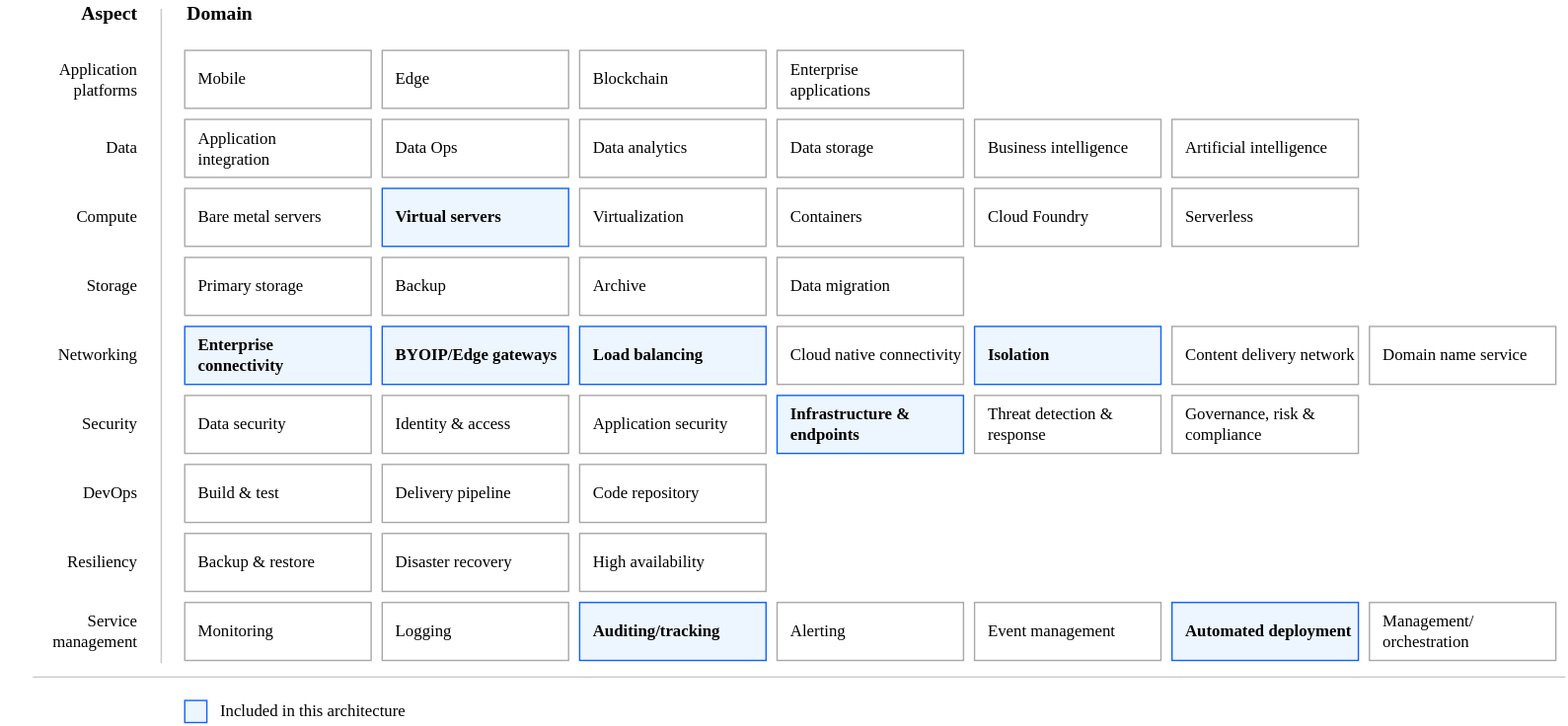
terraform-ibm-modules/terraform-ibm-landing-zone keeps this draw.io diagram as reference-architectures/heat-map-deploy-arch-slz-vsi-quickstart.svg. Above is the earlier version. Source tidied: cells renumbered, new cells last; positions are measured from the earlier drawing's top-left corner, leaving out a move shared by most shapes. Source of this version:
```xml
<mxGraphModel>
  <root>
    <mxCell id="0" />
    <mxCell id="1" parent="0" />
    <mxCell id="2" value="Application&lt;br&gt;integration" style="rounded=0;whiteSpace=wrap;html=1;strokeColor=#A8A8A8;align=left;spacingLeft=8;fontFamily=IBM Plex Sans;fillColor=default;fontStyle=0;" parent="1" vertex="1">
      <mxGeometry x="133" y="86" width="135" height="42" as="geometry" />
    </mxCell>
    <mxCell id="3" value="Mobile" style="rounded=0;whiteSpace=wrap;html=1;strokeColor=#A8A8A8;align=left;spacingLeft=8;fontFamily=IBM Plex Sans;fontStyle=0;fillColor=default;" parent="1" vertex="1">
      <mxGeometry x="133" y="36" width="135" height="42" as="geometry" />
    </mxCell>
    <mxCell id="4" value="Bare metal servers" style="rounded=0;whiteSpace=wrap;html=1;strokeColor=#A8A8A8;align=left;spacingLeft=8;fontFamily=IBM Plex Sans;" parent="1" vertex="1">
      <mxGeometry x="133" y="136" width="135" height="42" as="geometry" />
    </mxCell>
    <mxCell id="5" value="Primary storage" style="rounded=0;whiteSpace=wrap;html=1;strokeColor=#A8A8A8;align=left;spacingLeft=8;fontFamily=IBM Plex Sans;" parent="1" vertex="1">
      <mxGeometry x="133" y="186" width="135" height="42" as="geometry" />
    </mxCell>
    <mxCell id="6" value="Enterprise &lt;br&gt;connectivity" style="rounded=0;whiteSpace=wrap;html=1;strokeColor=#0E62FD;align=left;spacingLeft=8;fontFamily=IBM Plex Sans;fillColor=#EDF5FF;fontStyle=1;" parent="1" vertex="1">
      <mxGeometry x="133" y="236" width="135" height="42" as="geometry" />
    </mxCell>
    <mxCell id="7" value="Build &amp;amp; test" style="rounded=0;whiteSpace=wrap;html=1;strokeColor=#A8A8A8;align=left;spacingLeft=8;fontFamily=IBM Plex Sans;" parent="1" vertex="1">
      <mxGeometry x="133" y="336" width="135" height="42" as="geometry" />
    </mxCell>
    <mxCell id="8" value="Data security" style="rounded=0;whiteSpace=wrap;html=1;strokeColor=#A8A8A8;align=left;spacingLeft=8;fontFamily=IBM Plex Sans;fontStyle=0;fillColor=default;" parent="1" vertex="1">
      <mxGeometry x="133" y="286" width="135" height="42" as="geometry" />
    </mxCell>
    <mxCell id="9" value="Backup &amp;amp; restore" style="rounded=0;whiteSpace=wrap;html=1;strokeColor=#A8A8A8;align=left;spacingLeft=8;fontFamily=IBM Plex Sans;" parent="1" vertex="1">
      <mxGeometry x="133" y="386" width="135" height="42" as="geometry" />
    </mxCell>
    <mxCell id="10" value="Monitoring" style="rounded=0;whiteSpace=wrap;html=1;strokeColor=#A8A8A8;align=left;spacingLeft=8;fontFamily=IBM Plex Sans;" parent="1" vertex="1">
      <mxGeometry x="133" y="436" width="135" height="42" as="geometry" />
    </mxCell>
    <mxCell id="11" value="Edge" style="rounded=0;whiteSpace=wrap;html=1;strokeColor=#A8A8A8;align=left;spacingLeft=8;fontFamily=IBM Plex Sans;fillColor=default;fontStyle=0;" parent="1" vertex="1">
      <mxGeometry x="276" y="36" width="135" height="42" as="geometry" />
    </mxCell>
    <mxCell id="12" value="Blockchain" style="rounded=0;whiteSpace=wrap;html=1;strokeColor=#A8A8A8;align=left;spacingLeft=8;fontFamily=IBM Plex Sans;fillColor=default;fontStyle=0;" parent="1" vertex="1">
      <mxGeometry x="419" y="36" width="135" height="42" as="geometry" />
    </mxCell>
    <mxCell id="13" value="Enterprise &lt;br&gt;applications" style="rounded=0;whiteSpace=wrap;html=1;strokeColor=#A8A8A8;align=left;spacingLeft=8;fontFamily=IBM Plex Sans;fillColor=default;fontStyle=0;" parent="1" vertex="1">
      <mxGeometry x="562" y="36" width="135" height="42" as="geometry" />
    </mxCell>
    <mxCell id="14" value="Data Ops" style="rounded=0;whiteSpace=wrap;html=1;strokeColor=#A8A8A8;align=left;spacingLeft=8;fontFamily=IBM Plex Sans;fillColor=default;fontStyle=0;" parent="1" vertex="1">
      <mxGeometry x="276" y="86" width="135" height="42" as="geometry" />
    </mxCell>
    <mxCell id="15" value="Data analytics" style="rounded=0;whiteSpace=wrap;html=1;strokeColor=#A8A8A8;align=left;spacingLeft=8;fontFamily=IBM Plex Sans;fillColor=default;fontStyle=0;" parent="1" vertex="1">
      <mxGeometry x="419" y="86" width="135" height="42" as="geometry" />
    </mxCell>
    <mxCell id="16" value="Data storage" style="rounded=0;whiteSpace=wrap;html=1;strokeColor=#A8A8A8;align=left;spacingLeft=8;fontFamily=IBM Plex Sans;fillColor=default;fontStyle=0;" parent="1" vertex="1">
      <mxGeometry x="562" y="86" width="135" height="42" as="geometry" />
    </mxCell>
    <mxCell id="17" value="Business intelligence" style="rounded=0;whiteSpace=wrap;html=1;strokeColor=#A8A8A8;align=left;spacingLeft=8;fontFamily=IBM Plex Sans;fillColor=default;fontStyle=0;" parent="1" vertex="1">
      <mxGeometry x="705" y="86" width="135" height="42" as="geometry" />
    </mxCell>
    <mxCell id="18" value="Virtual servers" style="rounded=0;whiteSpace=wrap;html=1;strokeColor=#0E62FD;align=left;spacingLeft=8;fontFamily=IBM Plex Sans;fillColor=#EDF5FF;fontStyle=1;" parent="1" vertex="1">
      <mxGeometry x="276" y="136" width="135" height="42" as="geometry" />
    </mxCell>
    <mxCell id="19" value="Virtualization" style="rounded=0;whiteSpace=wrap;html=1;strokeColor=#A8A8A8;align=left;spacingLeft=8;fontFamily=IBM Plex Sans;fillColor=default;fontStyle=0;" parent="1" vertex="1">
      <mxGeometry x="419" y="136" width="135" height="42" as="geometry" />
    </mxCell>
    <mxCell id="20" value="Containers" style="rounded=0;whiteSpace=wrap;html=1;strokeColor=#A8A8A8;align=left;spacingLeft=8;fontFamily=IBM Plex Sans;fillColor=default;fontStyle=0;" parent="1" vertex="1">
      <mxGeometry x="562" y="136" width="135" height="42" as="geometry" />
    </mxCell>
    <mxCell id="21" value="Cloud Foundry" style="rounded=0;whiteSpace=wrap;html=1;strokeColor=#A8A8A8;align=left;spacingLeft=8;fontFamily=IBM Plex Sans;fillColor=default;fontStyle=0;" parent="1" vertex="1">
      <mxGeometry x="705" y="136" width="135" height="42" as="geometry" />
    </mxCell>
    <mxCell id="22" value="Serverless" style="rounded=0;whiteSpace=wrap;html=1;strokeColor=#A8A8A8;align=left;spacingLeft=8;fontFamily=IBM Plex Sans;fillColor=default;fontStyle=0;" parent="1" vertex="1">
      <mxGeometry x="848" y="136" width="135" height="42" as="geometry" />
    </mxCell>
    <mxCell id="23" value="Backup" style="rounded=0;whiteSpace=wrap;html=1;strokeColor=#A8A8A8;align=left;spacingLeft=8;fontFamily=IBM Plex Sans;fillColor=default;fontStyle=0;" parent="1" vertex="1">
      <mxGeometry x="276" y="186" width="135" height="42" as="geometry" />
    </mxCell>
    <mxCell id="24" value="Archive" style="rounded=0;whiteSpace=wrap;html=1;strokeColor=#A8A8A8;align=left;spacingLeft=8;fontFamily=IBM Plex Sans;fillColor=default;fontStyle=0;" parent="1" vertex="1">
      <mxGeometry x="419" y="186" width="135" height="42" as="geometry" />
    </mxCell>
    <mxCell id="25" value="Data migration" style="rounded=0;whiteSpace=wrap;html=1;strokeColor=#A8A8A8;align=left;spacingLeft=8;fontFamily=IBM Plex Sans;fillColor=default;fontStyle=0;" parent="1" vertex="1">
      <mxGeometry x="562" y="186" width="135" height="42" as="geometry" />
    </mxCell>
    <mxCell id="26" value="BYOIP/Edge gateways" style="rounded=0;whiteSpace=wrap;html=1;strokeColor=#0E62FD;align=left;spacingLeft=8;fontFamily=IBM Plex Sans;fillColor=#EDF5FF;fontStyle=1;" parent="1" vertex="1">
      <mxGeometry x="276" y="236" width="135" height="42" as="geometry" />
    </mxCell>
    <mxCell id="27" value="Load balancing" style="rounded=0;whiteSpace=wrap;html=1;strokeColor=#0E62FD;align=left;spacingLeft=8;fontFamily=IBM Plex Sans;fillColor=#EDF5FF;fontStyle=1;" parent="1" vertex="1">
      <mxGeometry x="419" y="236" width="135" height="42" as="geometry" />
    </mxCell>
    <mxCell id="28" value="Cloud native connectivity" style="rounded=0;whiteSpace=wrap;html=1;strokeColor=#A8A8A8;align=left;spacingLeft=8;fontFamily=IBM Plex Sans;fillColor=default;fontStyle=0;" parent="1" vertex="1">
      <mxGeometry x="562" y="236" width="135" height="42" as="geometry" />
    </mxCell>
    <mxCell id="29" value="Isolation" style="rounded=0;whiteSpace=wrap;html=1;strokeColor=#0E62FD;align=left;spacingLeft=8;fontFamily=IBM Plex Sans;fillColor=#EDF5FF;fontStyle=1;" parent="1" vertex="1">
      <mxGeometry x="705" y="236" width="135" height="42" as="geometry" />
    </mxCell>
    <mxCell id="30" value="Content delivery network" style="rounded=0;whiteSpace=wrap;html=1;strokeColor=#A8A8A8;align=left;spacingLeft=8;fontFamily=IBM Plex Sans;fillColor=default;fontStyle=0;" parent="1" vertex="1">
      <mxGeometry x="848" y="236" width="135" height="42" as="geometry" />
    </mxCell>
    <mxCell id="31" value="Domain name service" style="rounded=0;whiteSpace=wrap;html=1;strokeColor=#A8A8A8;align=left;spacingLeft=8;fontFamily=IBM Plex Sans;fillColor=default;fontStyle=0;" parent="1" vertex="1">
      <mxGeometry x="991" y="236" width="135" height="42" as="geometry" />
    </mxCell>
    <mxCell id="32" value="Identity &amp;amp; access" style="rounded=0;whiteSpace=wrap;html=1;strokeColor=#A8A8A8;align=left;spacingLeft=8;fontFamily=IBM Plex Sans;fillColor=default;fontStyle=0;" parent="1" vertex="1">
      <mxGeometry x="276" y="286" width="135" height="42" as="geometry" />
    </mxCell>
    <mxCell id="33" value="Application security" style="rounded=0;whiteSpace=wrap;html=1;strokeColor=#A8A8A8;align=left;spacingLeft=8;fontFamily=IBM Plex Sans;fillColor=default;fontStyle=0;" parent="1" vertex="1">
      <mxGeometry x="419" y="286" width="135" height="42" as="geometry" />
    </mxCell>
    <mxCell id="34" value="Infrastructure &amp;amp; endpoints" style="rounded=0;whiteSpace=wrap;html=1;strokeColor=#0E62FD;align=left;spacingLeft=8;fontFamily=IBM Plex Sans;fillColor=#EDF5FF;fontStyle=1;" parent="1" vertex="1">
      <mxGeometry x="562" y="286" width="135" height="42" as="geometry" />
    </mxCell>
    <mxCell id="35" value="Threat detection &amp;amp; response" style="rounded=0;whiteSpace=wrap;html=1;strokeColor=#A8A8A8;align=left;spacingLeft=8;fontFamily=IBM Plex Sans;fillColor=default;fontStyle=0;" parent="1" vertex="1">
      <mxGeometry x="705" y="286" width="135" height="42" as="geometry" />
    </mxCell>
    <mxCell id="36" value="Governance, risk &amp;amp; compliance" style="rounded=0;whiteSpace=wrap;html=1;strokeColor=#A8A8A8;align=left;spacingLeft=8;fontFamily=IBM Plex Sans;fillColor=default;fontStyle=0;" parent="1" vertex="1">
      <mxGeometry x="848" y="286" width="135" height="42" as="geometry" />
    </mxCell>
    <mxCell id="37" value="Delivery pipeline" style="rounded=0;whiteSpace=wrap;html=1;strokeColor=#A8A8A8;align=left;spacingLeft=8;fontFamily=IBM Plex Sans;fillColor=default;fontStyle=0;" parent="1" vertex="1">
      <mxGeometry x="276" y="336" width="135" height="42" as="geometry" />
    </mxCell>
    <mxCell id="38" value="Code repository" style="rounded=0;whiteSpace=wrap;html=1;strokeColor=#A8A8A8;align=left;spacingLeft=8;fontFamily=IBM Plex Sans;fillColor=default;fontStyle=0;" parent="1" vertex="1">
      <mxGeometry x="419" y="336" width="135" height="42" as="geometry" />
    </mxCell>
    <mxCell id="39" value="Disaster recovery" style="rounded=0;whiteSpace=wrap;html=1;strokeColor=#A8A8A8;align=left;spacingLeft=8;fontFamily=IBM Plex Sans;fillColor=default;fontStyle=0;" parent="1" vertex="1">
      <mxGeometry x="276" y="386" width="135" height="42" as="geometry" />
    </mxCell>
    <mxCell id="40" value="High availability" style="rounded=0;whiteSpace=wrap;html=1;strokeColor=#A8A8A8;align=left;spacingLeft=8;fontFamily=IBM Plex Sans;fillColor=default;fontStyle=0;" parent="1" vertex="1">
      <mxGeometry x="419" y="386" width="135" height="42" as="geometry" />
    </mxCell>
    <mxCell id="41" value="Logging" style="rounded=0;whiteSpace=wrap;html=1;strokeColor=#A8A8A8;align=left;spacingLeft=8;fontFamily=IBM Plex Sans;fillColor=default;fontStyle=0;" parent="1" vertex="1">
      <mxGeometry x="276" y="436" width="135" height="42" as="geometry" />
    </mxCell>
    <mxCell id="42" value="Auditing/tracking" style="rounded=0;whiteSpace=wrap;html=1;strokeColor=#0E62FD;align=left;spacingLeft=8;fontFamily=IBM Plex Sans;fillColor=#EDF5FF;fontStyle=1;" parent="1" vertex="1">
      <mxGeometry x="419" y="436" width="135" height="42" as="geometry" />
    </mxCell>
    <mxCell id="43" value="Alerting" style="rounded=0;whiteSpace=wrap;html=1;strokeColor=#A8A8A8;align=left;spacingLeft=8;fontFamily=IBM Plex Sans;fillColor=default;fontStyle=0;" parent="1" vertex="1">
      <mxGeometry x="562" y="436" width="135" height="42" as="geometry" />
    </mxCell>
    <mxCell id="44" value="Event management" style="rounded=0;whiteSpace=wrap;html=1;strokeColor=#A8A8A8;align=left;spacingLeft=8;fontFamily=IBM Plex Sans;fillColor=default;fontStyle=0;" parent="1" vertex="1">
      <mxGeometry x="705" y="436" width="135" height="42" as="geometry" />
    </mxCell>
    <mxCell id="45" value="Automated deployment" style="rounded=0;whiteSpace=wrap;html=1;strokeColor=#0E62FD;align=left;spacingLeft=8;fontFamily=IBM Plex Sans;fillColor=#EDF5FF;fontStyle=1;" parent="1" vertex="1">
      <mxGeometry x="848" y="436" width="135" height="42" as="geometry" />
    </mxCell>
    <mxCell id="46" value="Management/&lt;br&gt;orchestration" style="rounded=0;whiteSpace=wrap;html=1;strokeColor=#A8A8A8;align=left;spacingLeft=8;fontFamily=IBM Plex Sans;fillColor=default;fontStyle=0;" parent="1" vertex="1">
      <mxGeometry x="991" y="436" width="135" height="42" as="geometry" />
    </mxCell>
    <mxCell id="47" style="endArrow=none;html=1;rounded=0;fontFamily=IBM Plex Sans;fontSize=12;fontColor=default;strokeColor=#C6C6C6;" parent="1" edge="1">
      <mxGeometry relative="1" as="geometry">
        <mxPoint x="116" y="480" as="sourcePoint" />
        <mxPoint x="116" y="6" as="targetPoint" />
      </mxGeometry>
    </mxCell>
    <mxCell id="48" value="Domain" style="text;strokeColor=none;fillColor=none;html=1;fontSize=14;fontStyle=1;verticalAlign=middle;align=left;rounded=0;fontFamily=IBM Plex Sans;fontColor=default;" parent="1" vertex="1">
      <mxGeometry x="133" width="100" height="20" as="geometry" />
    </mxCell>
    <mxCell id="49" value="Aspect" style="text;strokeColor=none;fillColor=none;html=1;fontSize=14;fontStyle=1;verticalAlign=middle;align=right;rounded=0;fontFamily=IBM Plex Sans;fontColor=default;" parent="1" vertex="1">
      <mxGeometry width="100" height="20" as="geometry" />
    </mxCell>
    <mxCell id="50" value="Application &lt;br&gt;platforms" style="text;strokeColor=none;fillColor=none;html=1;fontSize=12;fontStyle=0;verticalAlign=middle;align=right;rounded=0;fontFamily=IBM Plex Sans;fontColor=default;" parent="1" vertex="1">
      <mxGeometry y="47" width="100" height="20" as="geometry" />
    </mxCell>
    <mxCell id="51" value="Data" style="text;strokeColor=none;fillColor=none;html=1;fontSize=12;fontStyle=0;verticalAlign=middle;align=right;rounded=0;fontFamily=IBM Plex Sans;fontColor=default;" parent="1" vertex="1">
      <mxGeometry y="97" width="100" height="20" as="geometry" />
    </mxCell>
    <mxCell id="52" value="Compute" style="text;strokeColor=none;fillColor=none;html=1;fontSize=12;fontStyle=0;verticalAlign=middle;align=right;rounded=0;fontFamily=IBM Plex Sans;fontColor=default;" parent="1" vertex="1">
      <mxGeometry y="147" width="100" height="20" as="geometry" />
    </mxCell>
    <mxCell id="53" value="Storage" style="text;strokeColor=none;fillColor=none;html=1;fontSize=12;fontStyle=0;verticalAlign=middle;align=right;rounded=0;fontFamily=IBM Plex Sans;fontColor=default;" parent="1" vertex="1">
      <mxGeometry y="197" width="100" height="20" as="geometry" />
    </mxCell>
    <mxCell id="54" value="Networking" style="text;strokeColor=none;fillColor=none;html=1;fontSize=12;fontStyle=0;verticalAlign=middle;align=right;rounded=0;fontFamily=IBM Plex Sans;fontColor=default;" parent="1" vertex="1">
      <mxGeometry y="247" width="100" height="20" as="geometry" />
    </mxCell>
    <mxCell id="55" value="Security" style="text;strokeColor=none;fillColor=none;html=1;fontSize=12;fontStyle=0;verticalAlign=middle;align=right;rounded=0;fontFamily=IBM Plex Sans;fontColor=default;" parent="1" vertex="1">
      <mxGeometry y="297" width="100" height="20" as="geometry" />
    </mxCell>
    <mxCell id="56" value="DevOps" style="text;strokeColor=none;fillColor=none;html=1;fontSize=12;fontStyle=0;verticalAlign=middle;align=right;rounded=0;fontFamily=IBM Plex Sans;fontColor=default;" parent="1" vertex="1">
      <mxGeometry y="347" width="100" height="20" as="geometry" />
    </mxCell>
    <mxCell id="57" value="Resiliency" style="text;strokeColor=none;fillColor=none;html=1;fontSize=12;fontStyle=0;verticalAlign=middle;align=right;rounded=0;fontFamily=IBM Plex Sans;fontColor=default;" parent="1" vertex="1">
      <mxGeometry y="397" width="100" height="20" as="geometry" />
    </mxCell>
    <mxCell id="58" value="Service&lt;br&gt;management" style="text;strokeColor=none;fillColor=none;html=1;fontSize=12;fontStyle=0;verticalAlign=middle;align=right;rounded=0;fontFamily=IBM Plex Sans;fontColor=default;" parent="1" vertex="1">
      <mxGeometry y="447" width="100" height="20" as="geometry" />
    </mxCell>
    <mxCell id="59" style="endArrow=none;html=1;rounded=0;fontFamily=IBM Plex Sans;fontSize=12;fontColor=default;strokeColor=#C6C6C6;" parent="1" edge="1">
      <mxGeometry relative="1" as="geometry">
        <mxPoint x="23" y="490" as="sourcePoint" />
        <mxPoint x="1133" y="490" as="targetPoint" />
      </mxGeometry>
    </mxCell>
    <mxCell id="60" style="rounded=0;whiteSpace=wrap;html=1;strokeColor=#0E62FD;align=left;spacingLeft=8;fontFamily=IBM Plex Sans;fontStyle=1;fillColor=#EDF5FF;" parent="1" vertex="1">
      <mxGeometry x="133" y="507" width="16" height="16" as="geometry" />
    </mxCell>
    <mxCell id="61" value="Included in this architecture" style="text;strokeColor=none;fillColor=none;html=1;fontSize=12;fontStyle=0;verticalAlign=middle;align=left;rounded=0;fontFamily=IBM Plex Sans;fontColor=default;" parent="1" vertex="1">
      <mxGeometry x="157" y="505" width="100" height="20" as="geometry" />
    </mxCell>
    <mxCell id="62" value="Artificial intelligence" style="rounded=0;whiteSpace=wrap;html=1;strokeColor=#A8A8A8;align=left;spacingLeft=8;fontFamily=IBM Plex Sans;fillColor=default;fontStyle=0;" parent="1" vertex="1">
      <mxGeometry x="848" y="86" width="135" height="42" as="geometry" />
    </mxCell>
  </root>
</mxGraphModel>
```
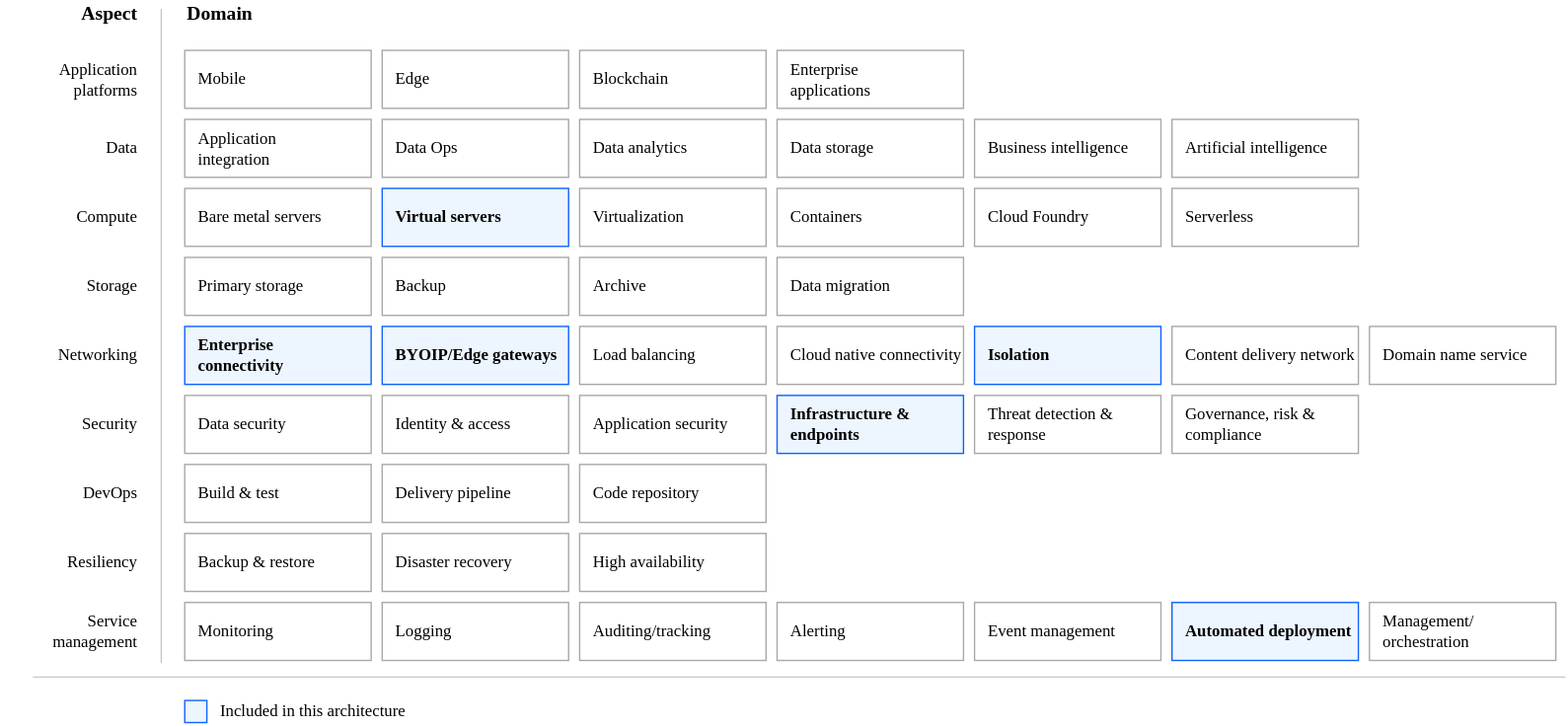
After the commit.

Commit message:
docs: update to qs ref arch

From review by @argeiger

Diff of the diagram source:
```diff
@@ -77,7 +77,7 @@
     <mxCell id="26" value="BYOIP/Edge gateways" style="rounded=0;whiteSpace=wrap;html=1;strokeColor=#0E62FD;align=left;spacingLeft=8;fontFamily=IBM Plex Sans;fillColor=#EDF5FF;fontStyle=1;" parent="1" vertex="1">
       <mxGeometry x="276" y="236" width="135" height="42" as="geometry" />
     </mxCell>
-    <mxCell id="27" value="Load balancing" style="rounded=0;whiteSpace=wrap;html=1;strokeColor=#0E62FD;align=left;spacingLeft=8;fontFamily=IBM Plex Sans;fillColor=#EDF5FF;fontStyle=1;" parent="1" vertex="1">
+    <mxCell id="27" value="Load balancing" style="rounded=0;whiteSpace=wrap;html=1;strokeColor=#A8A8A8;align=left;spacingLeft=8;fontFamily=IBM Plex Sans;fillColor=default;fontStyle=0;" parent="1" vertex="1">
       <mxGeometry x="419" y="236" width="135" height="42" as="geometry" />
     </mxCell>
     <mxCell id="28" value="Cloud native connectivity" style="rounded=0;whiteSpace=wrap;html=1;strokeColor=#A8A8A8;align=left;spacingLeft=8;fontFamily=IBM Plex Sans;fillColor=default;fontStyle=0;" parent="1" vertex="1">
@@ -122,7 +122,7 @@
     <mxCell id="41" value="Logging" style="rounded=0;whiteSpace=wrap;html=1;strokeColor=#A8A8A8;align=left;spacingLeft=8;fontFamily=IBM Plex Sans;fillColor=default;fontStyle=0;" parent="1" vertex="1">
       <mxGeometry x="276" y="436" width="135" height="42" as="geometry" />
     </mxCell>
-    <mxCell id="42" value="Auditing/tracking" style="rounded=0;whiteSpace=wrap;html=1;strokeColor=#0E62FD;align=left;spacingLeft=8;fontFamily=IBM Plex Sans;fillColor=#EDF5FF;fontStyle=1;" parent="1" vertex="1">
+    <mxCell id="42" value="Auditing/tracking" style="rounded=0;whiteSpace=wrap;html=1;strokeColor=#A8A8A8;align=left;spacingLeft=8;fontFamily=IBM Plex Sans;fillColor=default;fontStyle=0;" parent="1" vertex="1">
       <mxGeometry x="419" y="436" width="135" height="42" as="geometry" />
     </mxCell>
     <mxCell id="43" value="Alerting" style="rounded=0;whiteSpace=wrap;html=1;strokeColor=#A8A8A8;align=left;spacingLeft=8;fontFamily=IBM Plex Sans;fillColor=default;fontStyle=0;" parent="1" vertex="1">
```
